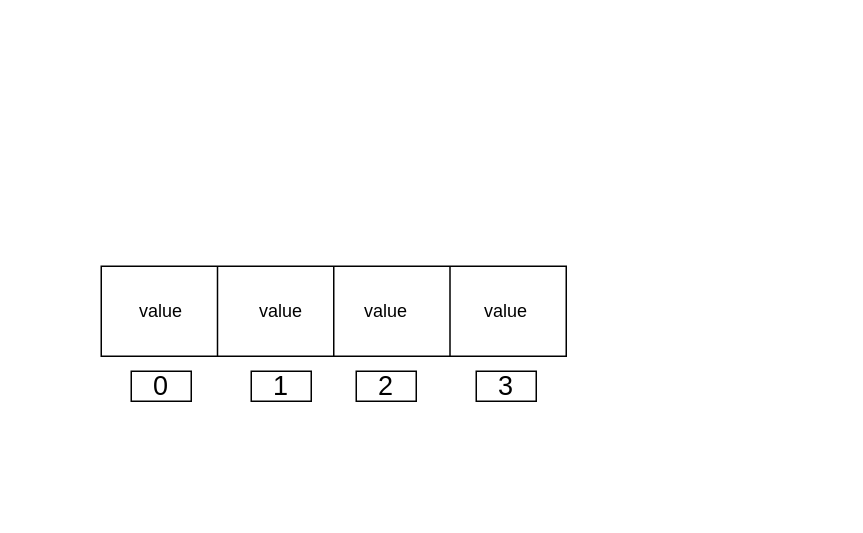
Earlier version of the draw.io diagram array.drawio (LamentWy/pic-repo). Source tidied: cells renumbered, new cells numbered last; positions are measured from the earlier drawing's top-left corner, leaving out a move shared by most shapes. Both pictures are drawn from the tidied source at 150%, with x=0, y=0 at pixel (100, 266).
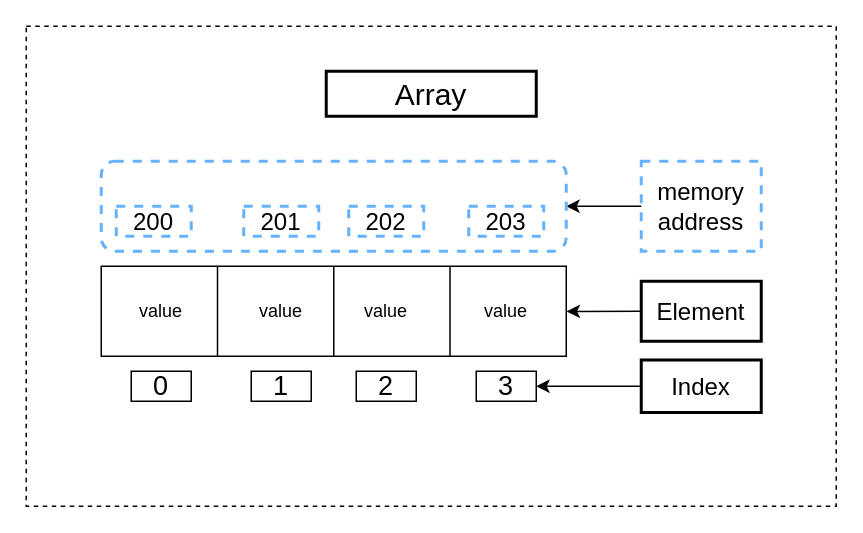
After the change.

The change refers to these unchanged cells:
```xml
<mxCell id="9" value="&lt;font style=&quot;font-size: 18px&quot;&gt;3&lt;/font&gt;" style="text;html=1;fillColor=none;align=center;verticalAlign=middle;whiteSpace=wrap;rounded=0;strokeColor=#000000;" parent="1" vertex="1">
  <mxGeometry x="250" y="70" width="40" height="20" as="geometry" />
</mxCell>
```

What changed in the source:
```diff
@@
+    <mxCell id="14" value="&lt;font style=&quot;font-size: 20px&quot;&gt;Array&lt;/font&gt;" style="text;html=1;fillColor=none;align=center;verticalAlign=middle;whiteSpace=wrap;rounded=0;strokeColor=#000000;strokeWidth=2;" parent="1" vertex="1">
+      <mxGeometry x="150" y="-130" width="140" height="30" as="geometry" />
+    </mxCell>
+    <mxCell id="15" value="&lt;font style=&quot;font-size: 16px&quot;&gt;200&lt;/font&gt;" style="text;html=1;fillColor=none;align=center;verticalAlign=middle;whiteSpace=wrap;rounded=0;dashed=1;strokeColor=#66B2FF;strokeWidth=2;" parent="1" vertex="1">
+      <mxGeometry x="10" y="-40" width="50" height="20" as="geometry" />
+    </mxCell>
+    <mxCell id="16" value="&lt;font style=&quot;font-size: 16px&quot;&gt;201&lt;/font&gt;" style="text;html=1;fillColor=none;align=center;verticalAlign=middle;whiteSpace=wrap;rounded=0;dashed=1;strokeColor=#66B2FF;strokeWidth=2;" parent="1" vertex="1">
+      <mxGeometry x="95" y="-40" width="50" height="20" as="geometry" />
+    </mxCell>
+    <mxCell id="17" value="&lt;font style=&quot;font-size: 16px&quot;&gt;202&lt;/font&gt;" style="text;html=1;fillColor=none;align=center;verticalAlign=middle;whiteSpace=wrap;rounded=0;dashed=1;strokeColor=#66B2FF;strokeWidth=2;" parent="1" vertex="1">
+      <mxGeometry x="165" y="-40" width="50" height="20" as="geometry" />
+    </mxCell>
+    <mxCell id="18" value="&lt;font style=&quot;font-size: 16px&quot;&gt;203&lt;/font&gt;" style="text;html=1;fillColor=none;align=center;verticalAlign=middle;whiteSpace=wrap;rounded=0;dashed=1;strokeColor=#66B2FF;strokeWidth=2;" parent="1" vertex="1">
+      <mxGeometry x="245" y="-40" width="50" height="20" as="geometry" />
+    </mxCell>
+    <mxCell id="19" style="edgeStyle=orthogonalEdgeStyle;rounded=0;jettySize=auto;html=1;exitX=0;exitY=0.5;exitDx=0;exitDy=0;entryX=1;entryY=0.5;entryDx=0;entryDy=0;" parent="1" edge="1" source="20" target="21">
+      <mxGeometry relative="1" as="geometry" />
+    </mxCell>
+    <mxCell id="20" value="&lt;font style=&quot;font-size: 16px&quot;&gt;memory address&lt;/font&gt;" style="text;html=1;fillColor=none;align=center;verticalAlign=middle;whiteSpace=wrap;rounded=0;dashed=1;strokeColor=#66B2FF;strokeWidth=2;" parent="1" vertex="1">
+      <mxGeometry x="360" y="-70" width="80" height="60" as="geometry" />
+    </mxCell>
+    <mxCell id="21" style="rounded=1;whiteSpace=wrap;html=1;dashed=1;strokeColor=#66B2FF;strokeWidth=2;fillColor=none;" parent="1" vertex="1">
+      <mxGeometry y="-70" width="310" height="60" as="geometry" />
+    </mxCell>
+    <mxCell id="22" value="&lt;font style=&quot;font-size: 16px&quot;&gt;Element&lt;/font&gt;" style="text;html=1;fillColor=none;align=center;verticalAlign=middle;whiteSpace=wrap;rounded=0;strokeColor=#000000;strokeWidth=2;" parent="1" vertex="1">
+      <mxGeometry x="360" y="10" width="80" height="40" as="geometry" />
+    </mxCell>
+    <mxCell id="23" style="endArrow=classic;html=1;entryX=0.763;entryY=0.536;entryDx=0;entryDy=0;entryPerimeter=0;exitX=0;exitY=0.5;exitDx=0;exitDy=0;" parent="1" edge="1" source="22">
+      <mxGeometry relative="1" as="geometry">
+        <mxPoint x="310.2" y="30.1" as="targetPoint" />
+      </mxGeometry>
+    </mxCell>
+    <mxCell id="24" style="edgeStyle=orthogonalEdgeStyle;rounded=0;jettySize=auto;html=1;exitX=0;exitY=0.5;exitDx=0;exitDy=0;entryX=1;entryY=0.5;entryDx=0;entryDy=0;" parent="1" edge="1" source="25" target="9">
+      <mxGeometry relative="1" as="geometry" />
+    </mxCell>
+    <mxCell id="25" value="&lt;font style=&quot;font-size: 16px&quot;&gt;Index&lt;/font&gt;" style="text;html=1;fillColor=none;align=center;verticalAlign=middle;whiteSpace=wrap;rounded=0;strokeColor=#000000;strokeWidth=2;" parent="1" vertex="1">
+      <mxGeometry x="360" y="62.5" width="80" height="35" as="geometry" />
+    </mxCell>
+    <mxCell id="26" style="rounded=0;whiteSpace=wrap;html=1;strokeColor=#000000;strokeWidth=1;fillColor=none;dashed=1;" parent="1" vertex="1">
+      <mxGeometry x="-50" y="-160" width="540" height="320" as="geometry" />
+    </mxCell>
```
